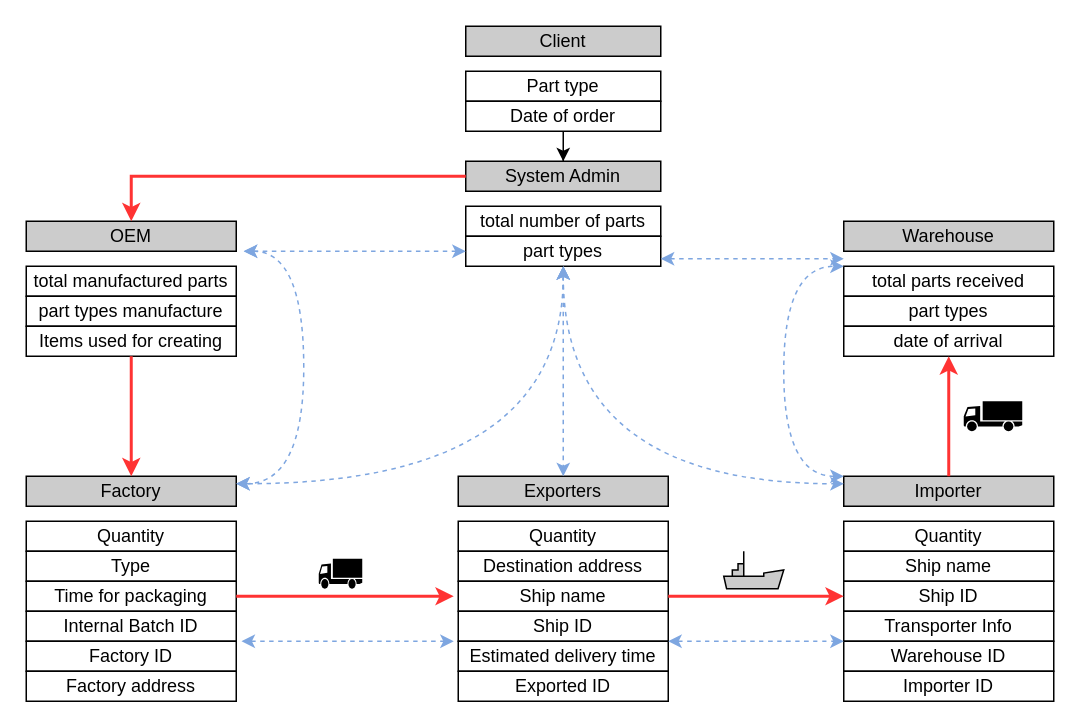
This is diagrams/src/workflow.drawio from backdoorcodr/blockchain-simple-supplychain, a draw.io file, before an edit. Source tidied: cells renumbered, new cells numbered last; positions are measured from the earlier drawing's top-left corner, leaving out a move shared by most shapes. Both pictures are drawn from the tidied source at 150%, with x=0, y=0 at pixel (26, 26).
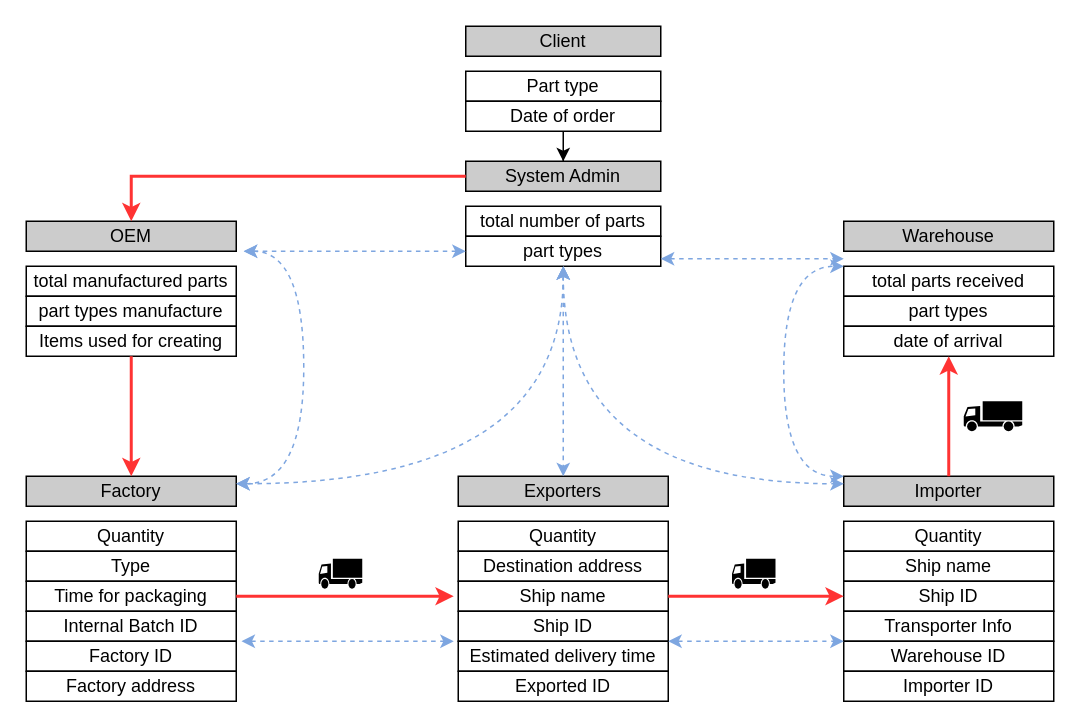
The same page after the edit.

Change to the diagram source:
```diff
@@
-    <mxCell id="67" style="verticalLabelPosition=bottom;align=center;dashed=0;html=1;verticalAlign=top;shape=mxgraph.pid.misc.ship;fillColor=#CCCCCC;" parent="1" vertex="1">
-      <mxGeometry x="465" y="350" width="40" height="25" as="geometry" />
-    </mxCell>
+    <mxCell id="68" style="shape=mxgraph.signs.transportation.truck_1;html=1;fillColor=#000000;strokeColor=none;verticalLabelPosition=bottom;verticalAlign=top;align=center;" parent="1" vertex="1">
+      <mxGeometry x="470.5" y="355" width="29" height="20" as="geometry" />
+    </mxCell>
```
